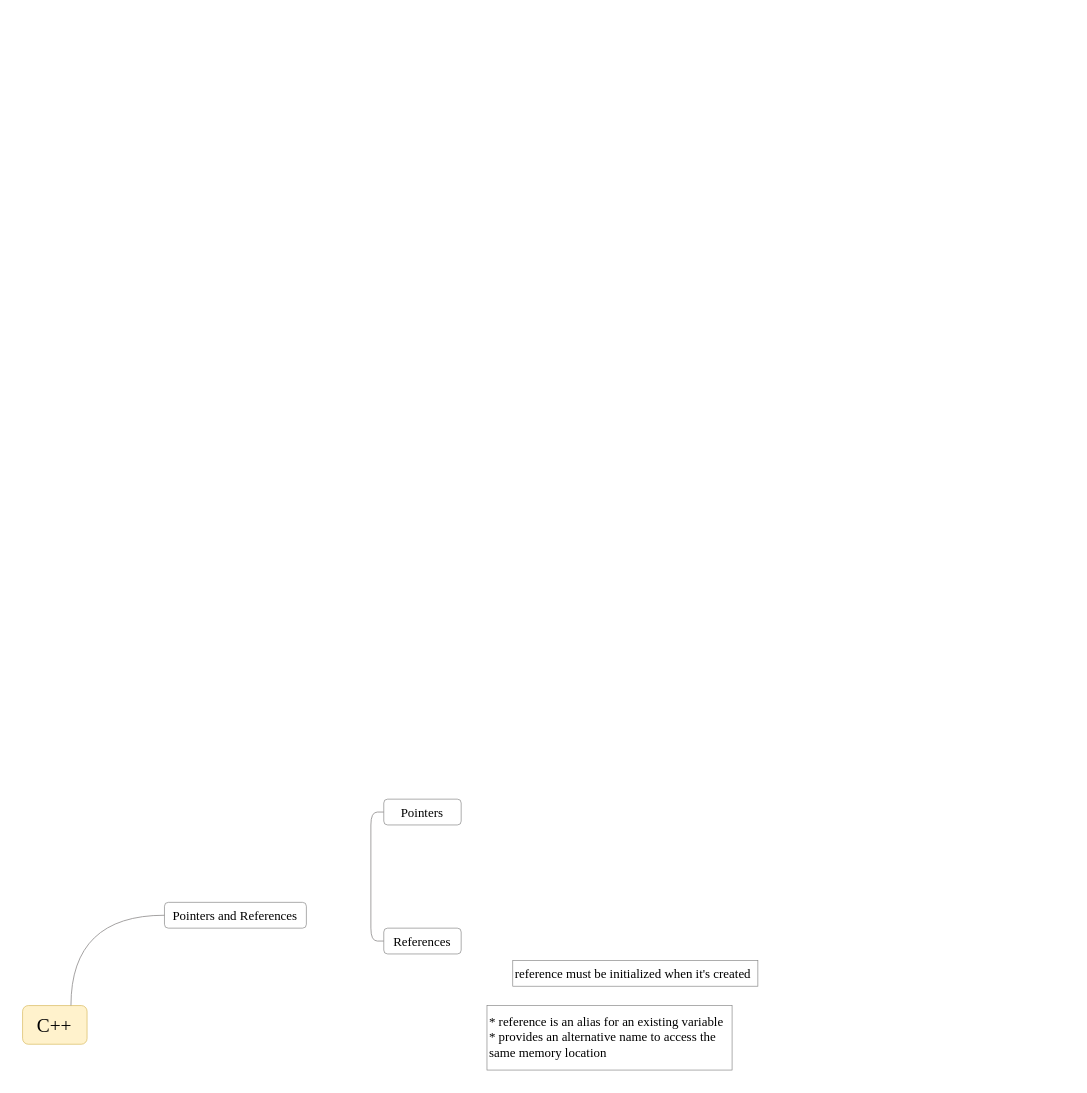
This is [research]C++.drawio from ptt743/draw, a draw.io file, before an edit. Source tidied: cells renumbered, new cells numbered last; positions are measured from the earlier drawing's top-left corner, leaving out a move shared by most shapes. Both pictures are drawn from the tidied source at 129%, with x=0, y=0 at pixel (22, 799).
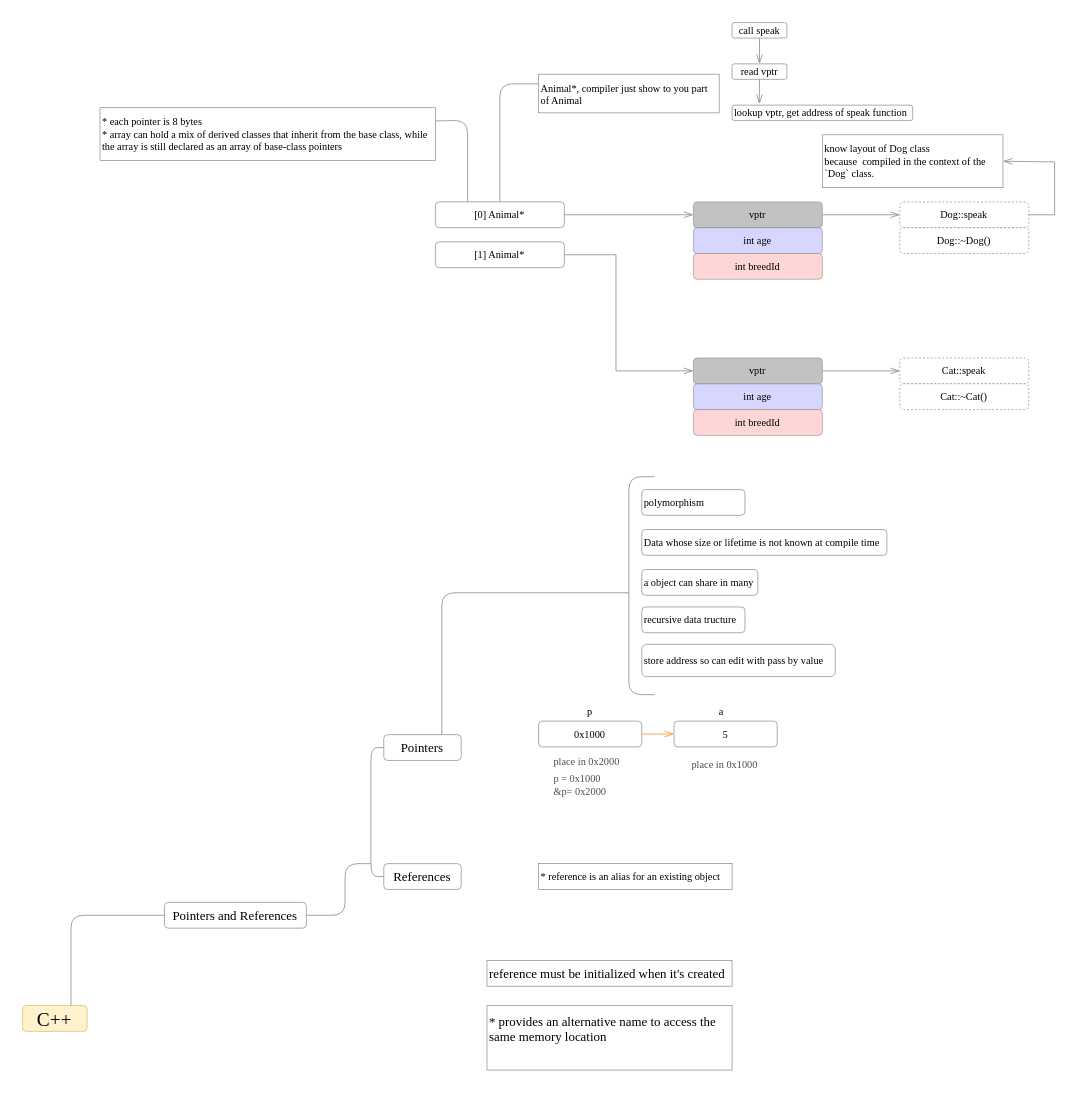
The same page after the edit.

The change refers to these unchanged cells:
```xml
<mxCell id="3" value="Pointers and References" style="rounded=1;whiteSpace=wrap;html=1;fontFamily=Times New Roman;strokeColor=#808080;strokeWidth=0.5;fontSize=10;" parent="1" vertex="1">
  <mxGeometry x="110" y="80" width="110" height="20" as="geometry" />
</mxCell>
```

Change to the diagram source:
```diff
@@
     <mxCell id="2" value="C++" style="rounded=1;whiteSpace=wrap;html=1;fontFamily=Times New Roman;strokeColor=#d6b656;strokeWidth=0.5;fontSize=15;fillColor=#fff2cc;" parent="1" vertex="1">
-      <mxGeometry y="160" width="50" height="30" as="geometry" />
+      <mxGeometry y="160" width="50" height="20" as="geometry" />
     </mxCell>
@@
-    <mxCell id="4" style="endArrow=none;html=1;rounded=0;endFill=0;strokeColor=light-dark(#929090, #ededed);strokeWidth=0.65;entryX=0.75;entryY=0;entryDx=0;entryDy=0;exitX=0;exitY=0.5;exitDx=0;exitDy=0;curved=1;curveGeometry=1;" parent="1" edge="1" source="3" target="2">
+    <mxCell id="4" style="endArrow=none;html=1;rounded=1;endFill=0;strokeColor=light-dark(#929090, #ededed);strokeWidth=0.65;entryX=0.75;entryY=0;entryDx=0;entryDy=0;exitX=0;exitY=0.5;exitDx=0;exitDy=0;curved=0;" parent="1" edge="1" source="3" target="2">
       <mxGeometry x="-0.02" relative="1" as="geometry">
         <Array as="points">
           <mxPoint x="37.5" y="90" />
         </Array>
       </mxGeometry>
     </mxCell>
     <mxCell id="5" value="Pointers" style="rounded=1;whiteSpace=wrap;html=1;fontFamily=Times New Roman;strokeColor=#808080;strokeWidth=0.5;fontSize=10;" parent="1" vertex="1">
-      <mxGeometry x="280" width="60" height="20" as="geometry" />
+      <mxGeometry x="280" y="-50" width="60" height="20" as="geometry" />
     </mxCell>
     <mxCell id="6" value="References" style="rounded=1;whiteSpace=wrap;html=1;fontFamily=Times New Roman;strokeColor=#808080;strokeWidth=0.5;fontSize=10;" parent="1" vertex="1">
-      <mxGeometry x="280" y="100" width="60" height="20" as="geometry" />
+      <mxGeometry x="280" y="50" width="60" height="20" as="geometry" />
     </mxCell>
     <mxCell id="7" style="endArrow=none;html=1;rounded=1;endFill=0;strokeColor=light-dark(#929090, #ededed);strokeWidth=0.65;exitX=0;exitY=0.5;exitDx=0;exitDy=0;entryX=0;entryY=0.5;entryDx=0;entryDy=0;curved=0;" parent="1" edge="1" source="5" target="6">
       <mxGeometry relative="1" as="geometry">
         <Array as="points">
-          <mxPoint x="270" y="10" />
-          <mxPoint x="270" y="110" />
+          <mxPoint x="270" y="-40" />
+          <mxPoint x="270" y="60" />
         </Array>
       </mxGeometry>
     </mxCell>
-    <mxCell id="8" value="* reference is an alias for an existing variable&lt;br&gt;*&amp;nbsp;provides an alternative name to access the same memory location" style="rounded=0;whiteSpace=wrap;html=1;fontFamily=Times New Roman;strokeColor=#808080;strokeWidth=0.5;align=left;verticalAlign=top;fontSize=10;" parent="1" vertex="1">
+    <mxCell id="8" value="*&amp;nbsp;provides an alternative name to access the same memory location" style="rounded=0;whiteSpace=wrap;html=1;fontFamily=Times New Roman;strokeColor=#808080;strokeWidth=0.5;align=left;verticalAlign=top;fontSize=10;" parent="1" vertex="1">
       <mxGeometry x="360" y="160" width="190" height="50" as="geometry" />
     </mxCell>
     <mxCell id="9" value="reference must be initialized when it's created" style="rounded=0;whiteSpace=wrap;html=1;fontFamily=Times New Roman;strokeColor=#808080;strokeWidth=0.5;align=left;verticalAlign=middle;fontSize=10;" parent="1" vertex="1">
-      <mxGeometry x="380" y="125" width="190" height="20" as="geometry" />
+      <mxGeometry x="360" y="125" width="190" height="20" as="geometry" />
     </mxCell>
+    <mxCell id="10" style="endArrow=none;html=1;rounded=1;endFill=0;strokeColor=light-dark(#929090, #ededed);strokeWidth=0.65;entryX=1;entryY=0.5;entryDx=0;entryDy=0;curved=0;" parent="1" edge="1" target="3">
+      <mxGeometry relative="1" as="geometry">
+        <mxPoint x="270" y="50" as="sourcePoint" />
+        <Array as="points">
+          <mxPoint x="250" y="50" />
+          <mxPoint x="250" y="90" />
+        </Array>
+      </mxGeometry>
+    </mxCell>
+    <mxCell id="11" value="&lt;div&gt;* reference is an alias for an existing object&lt;/div&gt;" style="rounded=0;whiteSpace=wrap;html=1;fontFamily=Times New Roman;strokeColor=#808080;strokeWidth=0.5;align=left;verticalAlign=middle;fontSize=8;" parent="1" vertex="1">
+      <mxGeometry x="400" y="50" width="150" height="20" as="geometry" />
+    </mxCell>
+    <mxCell id="12" value="[0] Animal*" style="rounded=1;whiteSpace=wrap;html=1;fontFamily=Times New Roman;strokeColor=#808080;strokeWidth=0.5;fontSize=8;" parent="1" vertex="1">
+      <mxGeometry x="320" y="-463" width="100" height="20" as="geometry" />
+    </mxCell>
+    <mxCell id="13" value="[1] Animal*" style="rounded=1;whiteSpace=wrap;html=1;fontFamily=Times New Roman;strokeColor=#808080;strokeWidth=0.5;fontSize=8;" parent="1" vertex="1">
+      <mxGeometry x="320" y="-432" width="100" height="20" as="geometry" />
+    </mxCell>
+    <mxCell id="14" value="vptr" style="rounded=1;whiteSpace=wrap;html=1;fontFamily=Times New Roman;strokeColor=#808080;strokeWidth=0.5;fontSize=8;fillColor=#B3B3B3;opacity=80;" parent="1" vertex="1">
+      <mxGeometry x="520" y="-463" width="100" height="20" as="geometry" />
+    </mxCell>
+    <mxCell id="15" value="int age" style="rounded=1;whiteSpace=wrap;html=1;fontFamily=Times New Roman;strokeColor=#808080;strokeWidth=0.5;fontSize=8;fillColor=#CCCCFF;opacity=80;" parent="1" vertex="1">
+      <mxGeometry x="520" y="-443" width="100" height="20" as="geometry" />
+    </mxCell>
+    <mxCell id="16" value="int breedId" style="rounded=1;whiteSpace=wrap;html=1;fontFamily=Times New Roman;strokeColor=#808080;strokeWidth=0.5;fontSize=8;fillColor=#FFCCCC;opacity=80;" parent="1" vertex="1">
+      <mxGeometry x="520" y="-423" width="100" height="20" as="geometry" />
+    </mxCell>
+    <mxCell id="17" value="vptr" style="rounded=1;whiteSpace=wrap;html=1;fontFamily=Times New Roman;strokeColor=#808080;strokeWidth=0.5;fontSize=8;fillColor=#B3B3B3;opacity=80;" parent="1" vertex="1">
+      <mxGeometry x="520" y="-342" width="100" height="20" as="geometry" />
+    </mxCell>
+    <mxCell id="18" value="int age" style="rounded=1;whiteSpace=wrap;html=1;fontFamily=Times New Roman;strokeColor=#808080;strokeWidth=0.5;fontSize=8;fillColor=#CCCCFF;opacity=80;" parent="1" vertex="1">
+      <mxGeometry x="520" y="-322" width="100" height="20" as="geometry" />
+    </mxCell>
+    <mxCell id="19" value="int breedId" style="rounded=1;whiteSpace=wrap;html=1;fontFamily=Times New Roman;strokeColor=#808080;strokeWidth=0.5;fontSize=8;fillColor=#FFCCCC;opacity=80;" parent="1" vertex="1">
+      <mxGeometry x="520" y="-302" width="100" height="20" as="geometry" />
+    </mxCell>
+    <mxCell id="20" value="Dog::speak" style="rounded=1;whiteSpace=wrap;html=1;fontFamily=Times New Roman;strokeColor=#808080;strokeWidth=0.5;fontSize=8;dashed=1;" parent="1" vertex="1">
+      <mxGeometry x="680" y="-463" width="100" height="20" as="geometry" />
+    </mxCell>
+    <mxCell id="21" value="Dog::~Dog()" style="rounded=1;whiteSpace=wrap;html=1;fontFamily=Times New Roman;strokeColor=#808080;strokeWidth=0.5;fontSize=8;dashed=1;" parent="1" vertex="1">
+      <mxGeometry x="680" y="-443" width="100" height="20" as="geometry" />
+    </mxCell>
+    <mxCell id="22" value="Cat::speak" style="rounded=1;whiteSpace=wrap;html=1;fontFamily=Times New Roman;strokeColor=#808080;strokeWidth=0.5;fontSize=8;dashed=1;" parent="1" vertex="1">
+      <mxGeometry x="680" y="-342" width="100" height="20" as="geometry" />
+    </mxCell>
+    <mxCell id="23" value="Cat::~Cat()" style="rounded=1;whiteSpace=wrap;html=1;fontFamily=Times New Roman;strokeColor=#808080;strokeWidth=0.5;fontSize=8;dashed=1;" parent="1" vertex="1">
+      <mxGeometry x="680" y="-322" width="100" height="20" as="geometry" />
+    </mxCell>
+    <mxCell id="24" style="endArrow=openThin;html=1;rounded=0;endFill=0;strokeColor=light-dark(#929090, #ededed);strokeWidth=0.65;exitX=1;exitY=0.5;exitDx=0;exitDy=0;entryX=0;entryY=0.5;entryDx=0;entryDy=0;" parent="1" edge="1" source="12" target="14">
+      <mxGeometry relative="1" as="geometry" />
+    </mxCell>
+    <mxCell id="25" style="endArrow=openThin;html=1;rounded=0;endFill=0;strokeColor=light-dark(#929090, #ededed);strokeWidth=0.65;exitX=1;exitY=0.5;exitDx=0;exitDy=0;entryX=0;entryY=0.5;entryDx=0;entryDy=0;" parent="1" edge="1" source="13" target="17">
+      <mxGeometry x="-0.74" relative="1" as="geometry">
+        <Array as="points">
+          <mxPoint x="460" y="-422" />
+          <mxPoint x="460" y="-332" />
+        </Array>
+      </mxGeometry>
+    </mxCell>
+    <mxCell id="26" style="endArrow=openThin;html=1;rounded=0;endFill=0;strokeColor=light-dark(#929090, #ededed);strokeWidth=0.65;exitX=1;exitY=0.5;exitDx=0;exitDy=0;entryX=0;entryY=0.5;entryDx=0;entryDy=0;" parent="1" edge="1" source="14" target="20">
+      <mxGeometry relative="1" as="geometry" />
+    </mxCell>
+    <mxCell id="27" style="endArrow=openThin;html=1;rounded=0;endFill=0;strokeColor=light-dark(#929090, #ededed);strokeWidth=0.65;exitX=1;exitY=0.5;exitDx=0;exitDy=0;entryX=0;entryY=0.5;entryDx=0;entryDy=0;" parent="1" edge="1" source="17" target="22">
+      <mxGeometry relative="1" as="geometry" />
+    </mxCell>
+    <mxCell id="28" value="Animal*, compiler just show to you part of Animal" style="rounded=0;whiteSpace=wrap;html=1;fontFamily=Times New Roman;strokeColor=#808080;strokeWidth=0.5;align=left;verticalAlign=top;fontSize=8;" parent="1" vertex="1">
+      <mxGeometry x="400" y="-562" width="140" height="30" as="geometry" />
+    </mxCell>
+    <mxCell id="29" style="endArrow=none;html=1;rounded=1;endFill=0;strokeColor=light-dark(#929090, #ededed);strokeWidth=0.65;entryX=0.5;entryY=0;entryDx=0;entryDy=0;exitX=0;exitY=0.25;exitDx=0;exitDy=0;curved=0;" parent="1" edge="1" source="28" target="12">
+      <mxGeometry x="0.27" relative="1" as="geometry">
+        <Array as="points">
+          <mxPoint x="370" y="-554.5" />
+        </Array>
+      </mxGeometry>
+    </mxCell>
+    <mxCell id="30" value="read vptr" style="rounded=1;whiteSpace=wrap;html=1;fontFamily=Times New Roman;strokeColor=#808080;strokeWidth=0.5;fontSize=8;" parent="1" vertex="1">
+      <mxGeometry x="550" y="-570" width="42.5" height="12" as="geometry" />
+    </mxCell>
+    <mxCell id="31" value="lookup vptr, get address of speak function&amp;nbsp;" style="rounded=1;whiteSpace=wrap;html=1;fontFamily=Times New Roman;strokeColor=#808080;strokeWidth=0.5;fontSize=8;" parent="1" vertex="1">
+      <mxGeometry x="550" y="-538" width="140" height="12" as="geometry" />
+    </mxCell>
+    <mxCell id="32" value="know layout of Dog class because&amp;nbsp;&amp;nbsp;compiled in the context of the `Dog` class." style="rounded=0;whiteSpace=wrap;html=1;fontFamily=Times New Roman;strokeColor=#808080;strokeWidth=0.5;align=left;verticalAlign=top;fontSize=8;" parent="1" vertex="1">
+      <mxGeometry x="620" y="-515" width="140" height="41" as="geometry" />
+    </mxCell>
+    <mxCell id="33" style="endArrow=openThin;html=1;rounded=0;endFill=0;strokeColor=light-dark(#929090, #ededed);strokeWidth=0.65;exitX=1;exitY=0.5;exitDx=0;exitDy=0;entryX=1;entryY=0.5;entryDx=0;entryDy=0;" parent="1" edge="1" source="20" target="32">
+      <mxGeometry x="-0.02" relative="1" as="geometry">
+        <Array as="points">
+          <mxPoint x="800" y="-453" />
+          <mxPoint x="800" y="-494" />
+        </Array>
+      </mxGeometry>
+    </mxCell>
+    <mxCell id="34" value="call speak" style="rounded=1;whiteSpace=wrap;html=1;fontFamily=Times New Roman;strokeColor=#808080;strokeWidth=0.5;fontSize=8;" parent="1" vertex="1">
+      <mxGeometry x="550" y="-602" width="42.5" height="12" as="geometry" />
+    </mxCell>
+    <mxCell id="35" style="endArrow=openThin;html=1;rounded=0;endFill=0;strokeColor=light-dark(#929090, #ededed);strokeWidth=0.65;exitX=0.5;exitY=1;exitDx=0;exitDy=0;entryX=0.5;entryY=0;entryDx=0;entryDy=0;" parent="1" edge="1" source="34" target="30">
+      <mxGeometry relative="1" as="geometry" />
+    </mxCell>
+    <mxCell id="36" style="endArrow=openThin;html=1;rounded=0;endFill=0;strokeColor=light-dark(#929090, #ededed);strokeWidth=0.65;exitX=0.5;exitY=1;exitDx=0;exitDy=0;entryX=0.151;entryY=-0.088;entryDx=0;entryDy=0;entryPerimeter=0;" parent="1" edge="1" source="30" target="31">
+      <mxGeometry relative="1" as="geometry" />
+    </mxCell>
+    <mxCell id="37" style="endArrow=none;html=1;rounded=1;endFill=0;strokeColor=light-dark(#929090, #ededed);strokeWidth=0.65;curved=0;" parent="1" edge="1">
+      <mxGeometry x="-0.53" relative="1" as="geometry">
+        <mxPoint x="490" y="-250" as="sourcePoint" />
+        <mxPoint x="490" y="-81" as="targetPoint" />
+        <Array as="points">
+          <mxPoint x="470" y="-250" />
+          <mxPoint x="470" y="-81" />
+        </Array>
+      </mxGeometry>
+    </mxCell>
+    <mxCell id="38" value="0x1000" style="rounded=1;whiteSpace=wrap;html=1;fontFamily=Times New Roman;strokeColor=#808080;strokeWidth=0.5;fontSize=8;" parent="1" vertex="1">
+      <mxGeometry x="400" y="-60.5" width="80" height="20" as="geometry" />
+    </mxCell>
+    <mxCell id="39" value="5" style="rounded=1;whiteSpace=wrap;html=1;fontFamily=Times New Roman;strokeColor=#808080;strokeWidth=0.5;fontSize=8;" parent="1" vertex="1">
+      <mxGeometry x="505" y="-60.5" width="80" height="20" as="geometry" />
+    </mxCell>
+    <mxCell id="40" style="endArrow=openThin;html=1;rounded=0;endFill=0;strokeColor=light-dark(#FF9933,#EDEDED);strokeWidth=0.65;exitX=1;exitY=0.5;exitDx=0;exitDy=0;entryX=0;entryY=0.5;entryDx=0;entryDy=0;" parent="1" edge="1" source="38" target="39">
+      <mxGeometry relative="1" as="geometry" />
+    </mxCell>
+    <mxCell id="41" value="&lt;span&gt;a&lt;/span&gt;" style="text;html=1;whiteSpace=wrap;strokeColor=none;fillColor=none;align=center;verticalAlign=middle;rounded=0;fontFamily=Times New Roman;fontSize=8;" parent="1" vertex="1">
+      <mxGeometry x="537" y="-75.5" width="10" height="15" as="geometry" />
+    </mxCell>
+    <mxCell id="42" value="&lt;span&gt;p&lt;/span&gt;" style="text;html=1;whiteSpace=wrap;strokeColor=none;fillColor=none;align=center;verticalAlign=middle;rounded=0;fontFamily=Times New Roman;fontSize=8;" parent="1" vertex="1">
+      <mxGeometry x="435" y="-75.5" width="10" height="15" as="geometry" />
+    </mxCell>
+    <mxCell id="43" value="&lt;span&gt;p = 0x1000&lt;/span&gt;&lt;div&gt;&lt;span&gt;&amp;amp;p= 0x2000&lt;/span&gt;&lt;/div&gt;" style="text;html=1;whiteSpace=wrap;strokeColor=none;fillColor=none;align=left;verticalAlign=middle;rounded=0;fontFamily=Times New Roman;fontSize=8;fontColor=#4D4D4D;" parent="1" vertex="1">
+      <mxGeometry x="410" y="-19" width="49" height="15" as="geometry" />
+    </mxCell>
+    <mxCell id="44" value="&lt;span&gt;place in 0x1000&lt;/span&gt;" style="text;html=1;whiteSpace=wrap;strokeColor=none;fillColor=none;align=left;verticalAlign=middle;rounded=0;fontFamily=Times New Roman;fontSize=8;fontColor=#4D4D4D;" parent="1" vertex="1">
+      <mxGeometry x="516.5" y="-35" width="60" height="15" as="geometry" />
+    </mxCell>
+    <mxCell id="45" value="&lt;span&gt;place in 0x2000&lt;/span&gt;" style="text;html=1;whiteSpace=wrap;strokeColor=none;fillColor=none;align=left;verticalAlign=middle;rounded=0;fontFamily=Times New Roman;fontSize=8;fontColor=#4D4D4D;" parent="1" vertex="1">
+      <mxGeometry x="410" y="-37" width="60" height="15" as="geometry" />
+    </mxCell>
+    <mxCell id="46" value="store address so can edit with pass by value" style="rounded=1;whiteSpace=wrap;html=1;fontFamily=Times New Roman;strokeColor=#808080;strokeWidth=0.5;fontSize=8;align=left;" parent="1" vertex="1">
+      <mxGeometry x="480" y="-120" width="150" height="25" as="geometry" />
+    </mxCell>
+    <mxCell id="47" value="recursive data tructure" style="rounded=1;whiteSpace=wrap;html=1;fontFamily=Times New Roman;strokeColor=#808080;strokeWidth=0.5;fontSize=8;align=left;" parent="1" vertex="1">
+      <mxGeometry x="480" y="-149" width="80" height="20" as="geometry" />
+    </mxCell>
+    <mxCell id="48" value="a object can share in many&amp;nbsp;" style="rounded=1;whiteSpace=wrap;html=1;fontFamily=Times New Roman;strokeColor=#808080;strokeWidth=0.5;fontSize=8;align=left;" parent="1" vertex="1">
+      <mxGeometry x="480" y="-178" width="90" height="20" as="geometry" />
+    </mxCell>
+    <mxCell id="49" value="polymorphism" style="rounded=1;whiteSpace=wrap;html=1;fontFamily=Times New Roman;strokeColor=#808080;strokeWidth=0.5;fontSize=8;align=left;" parent="1" vertex="1">
+      <mxGeometry x="480" y="-240" width="80" height="20" as="geometry" />
+    </mxCell>
+    <mxCell id="50" value="Data whose size or lifetime is not known at compile time" style="rounded=1;whiteSpace=wrap;html=1;fontFamily=Times New Roman;strokeColor=#808080;strokeWidth=0.5;fontSize=8;align=left;" parent="1" vertex="1">
+      <mxGeometry x="480" y="-209" width="190" height="20" as="geometry" />
+    </mxCell>
+    <mxCell id="51" style="endArrow=none;html=1;rounded=1;endFill=0;strokeColor=light-dark(#929090, #ededed);strokeWidth=0.65;entryX=0.75;entryY=0;entryDx=0;entryDy=0;curved=0;" parent="1" edge="1" target="5">
+      <mxGeometry relative="1" as="geometry">
+        <mxPoint x="470" y="-160" as="sourcePoint" />
+        <Array as="points">
+          <mxPoint x="325" y="-160" />
+        </Array>
+      </mxGeometry>
+    </mxCell>
+    <mxCell id="52" value="* each pointer is 8 bytes&lt;div&gt;* array can hold a mix of derived classes that inherit from the base class, while the array is still declared as an array of base-class pointers&amp;nbsp;&lt;/div&gt;" style="rounded=0;whiteSpace=wrap;html=1;fontFamily=Times New Roman;strokeColor=#808080;strokeWidth=0.5;align=left;verticalAlign=top;fontSize=8;" parent="1" vertex="1">
+      <mxGeometry x="60" y="-536" width="260" height="41" as="geometry" />
+    </mxCell>
+    <mxCell id="53" style="endArrow=none;html=1;rounded=1;endFill=0;strokeColor=light-dark(#929090, #ededed);strokeWidth=0.65;entryX=0.25;entryY=0;entryDx=0;entryDy=0;exitX=1;exitY=0.25;exitDx=0;exitDy=0;curved=0;" parent="1" edge="1" source="52" target="12">
+      <mxGeometry relative="1" as="geometry">
+        <Array as="points">
+          <mxPoint x="345" y="-526.2" />
+        </Array>
+      </mxGeometry>
+    </mxCell>
```
